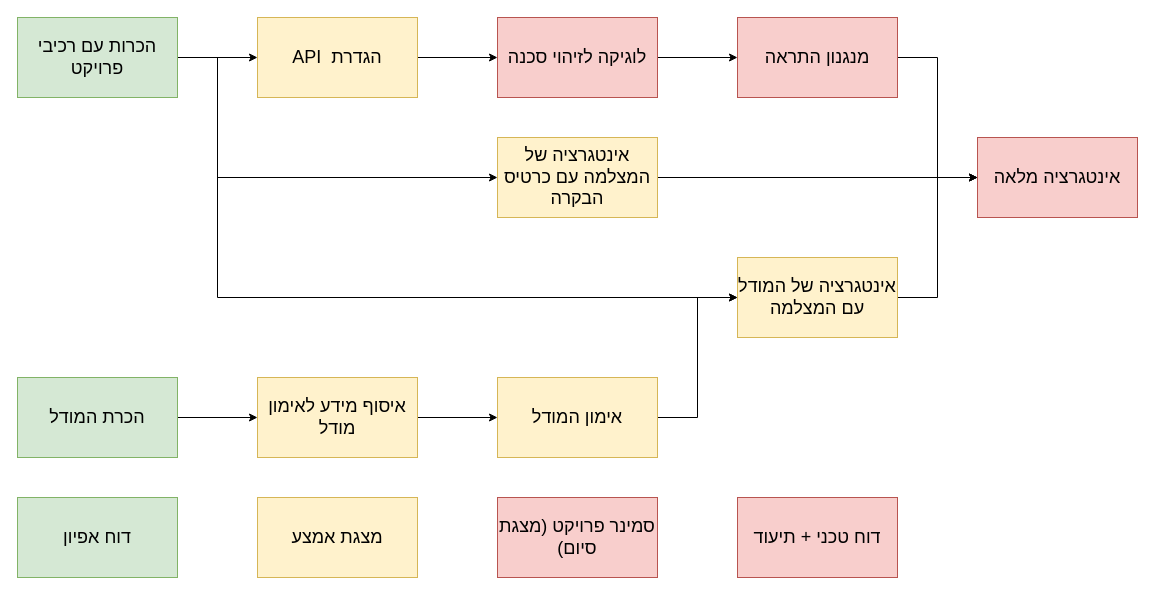
RonBulka/bicycle_mobileye keeps this draw.io diagram as docs/project_diagram.drawio. Above is the earlier version. Source tidied: cells renumbered, new cells numbered last; positions are measured from the earlier drawing's top-left corner, leaving out a move shared by most shapes. Both pictures are drawn from the tidied source at 100%, with x=0, y=0 at pixel (17, 17).
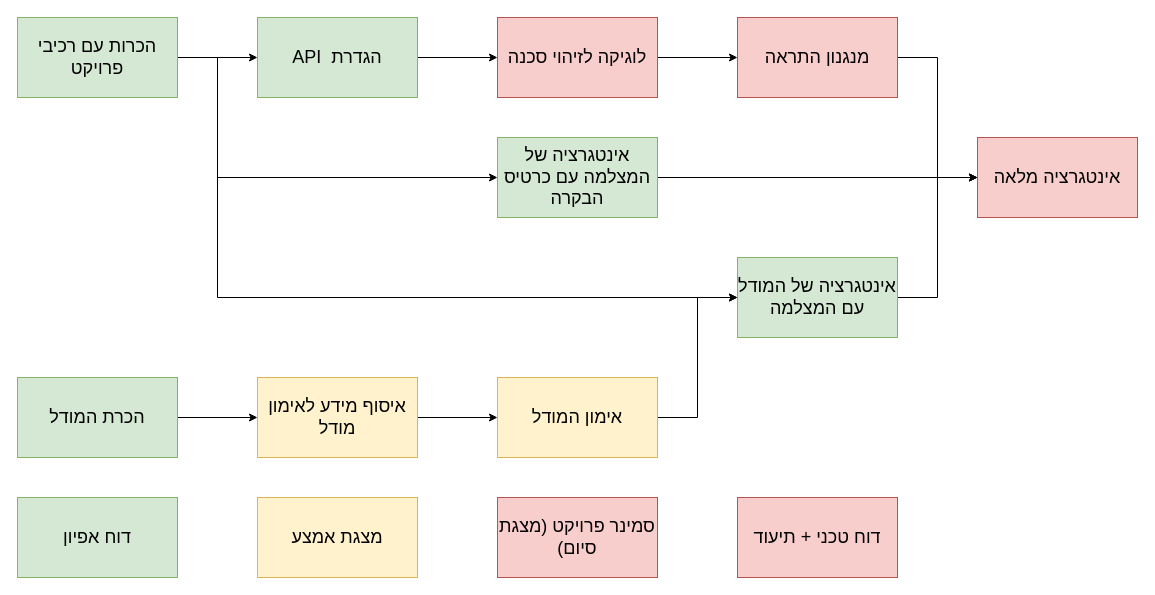
The same diagram, later.

What changed in the source:
```diff
@@
-    <mxCell id="7" value="&lt;span style=&quot;&quot; dir=&quot;RTL&quot; lang=&quot;HE&quot;&gt;&lt;font face=&quot;Helvetica&quot; style=&quot;font-size: 18px;&quot;&gt;הגדרת&amp;nbsp; API&lt;/font&gt;&lt;/span&gt;" style="rounded=0;whiteSpace=wrap;html=1;fillColor=#fff2cc;strokeColor=#d6b656;" parent="1" vertex="1">
+    <mxCell id="7" value="&lt;span style=&quot;&quot; dir=&quot;RTL&quot; lang=&quot;HE&quot;&gt;&lt;font face=&quot;Helvetica&quot; style=&quot;font-size: 18px;&quot;&gt;הגדרת&amp;nbsp; API&lt;/font&gt;&lt;/span&gt;" style="rounded=0;whiteSpace=wrap;html=1;fillColor=#d5e8d4;strokeColor=#82b366;" parent="1" vertex="1">
       <mxGeometry x="240" width="160" height="80" as="geometry" />
     </mxCell>
@@
-    <mxCell id="13" value="&lt;span style=&quot;font-size: 18px;&quot;&gt;אינטגרציה של המודל עם המצלמה&lt;/span&gt;" style="rounded=0;whiteSpace=wrap;html=1;fillColor=#fff2cc;strokeColor=#d6b656;" parent="1" vertex="1">
+    <mxCell id="13" value="&lt;span style=&quot;font-size: 18px;&quot;&gt;אינטגרציה של המודל עם המצלמה&lt;/span&gt;" style="rounded=0;whiteSpace=wrap;html=1;fillColor=#d5e8d4;strokeColor=#82b366;" parent="1" vertex="1">
       <mxGeometry x="720" y="240" width="160" height="80" as="geometry" />
     </mxCell>
@@
-    <mxCell id="18" value="&lt;span style=&quot;font-size: 18px;&quot;&gt;אינטגרציה של המצלמה עם כרטיס הבקרה&lt;/span&gt;" style="rounded=0;whiteSpace=wrap;html=1;fillColor=#fff2cc;strokeColor=#d6b656;" parent="1" vertex="1">
+    <mxCell id="18" value="&lt;span style=&quot;font-size: 18px;&quot;&gt;אינטגרציה של המצלמה עם כרטיס הבקרה&lt;/span&gt;" style="rounded=0;whiteSpace=wrap;html=1;fillColor=#d5e8d4;strokeColor=#82b366;" parent="1" vertex="1">
       <mxGeometry x="480" y="120" width="160" height="80" as="geometry" />
     </mxCell>
```
